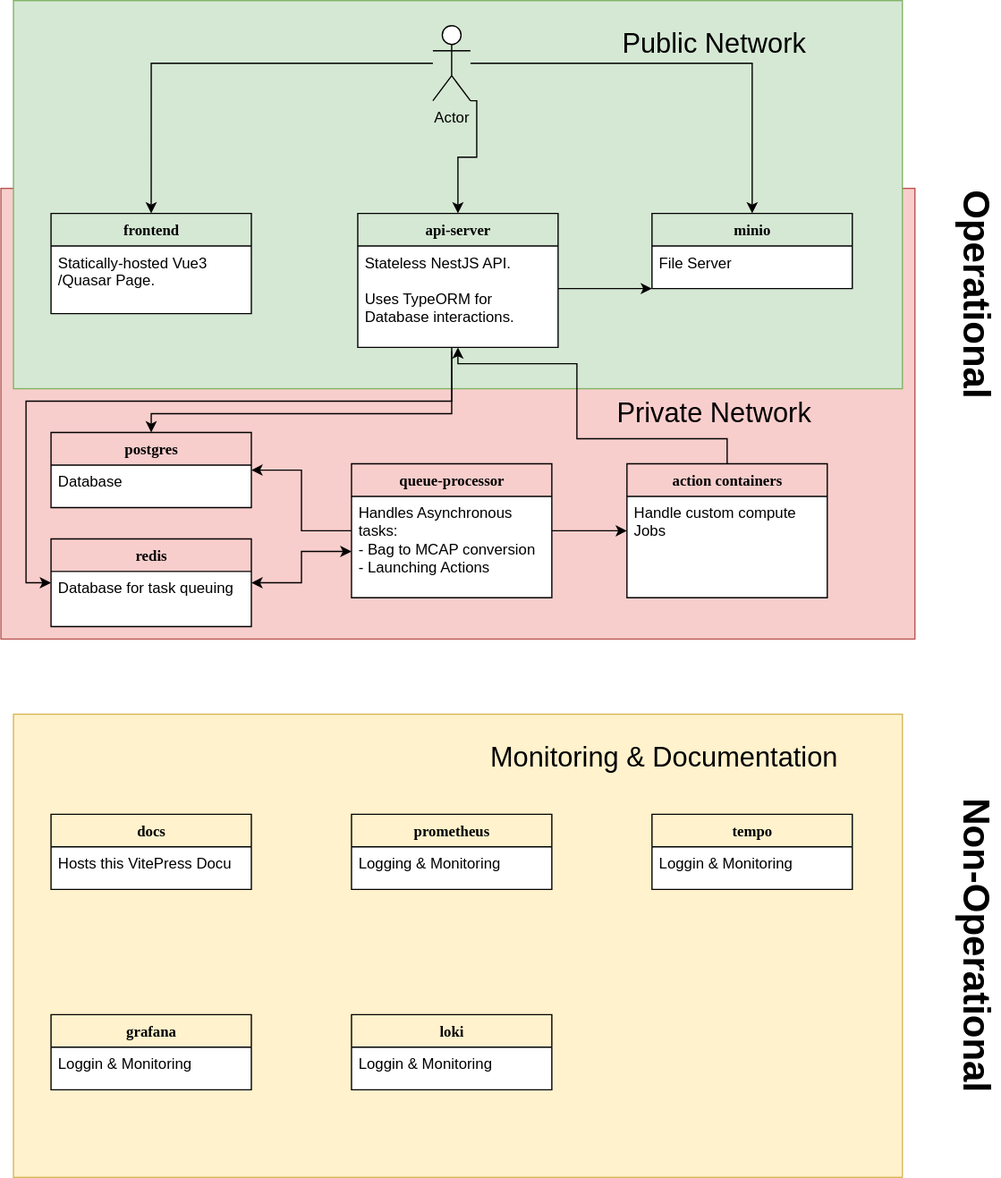
Before: docs/development/imgs/infrastructure.svg, a diagram exported from draw.io (leggedrobotics/kleinkram). Source tidied: cells renumbered, new cells last; positions are measured from the earlier drawing's top-left corner, leaving out a move shared by most shapes. The source it was exported from:
```xml
<mxGraphModel>
  <root>
    <mxCell id="0" />
    <mxCell id="1" parent="0" />
    <mxCell id="2" style="rounded=0;whiteSpace=wrap;html=1;fillColor=#fff2cc;strokeColor=#d6b656;" parent="1" vertex="1">
      <mxGeometry x="10" y="570" width="710" height="370" as="geometry" />
    </mxCell>
    <mxCell id="3" style="rounded=0;whiteSpace=wrap;html=1;fillColor=#f8cecc;strokeColor=#b85450;" parent="1" vertex="1">
      <mxGeometry y="150" width="730" height="360" as="geometry" />
    </mxCell>
    <mxCell id="4" style="rounded=0;whiteSpace=wrap;html=1;fillColor=#d5e8d4;strokeColor=#82b366;" parent="1" vertex="1">
      <mxGeometry x="10" width="710" height="310" as="geometry" />
    </mxCell>
    <mxCell id="5" style="edgeStyle=orthogonalEdgeStyle;rounded=0;jettySize=auto;html=1;" parent="1" edge="1" source="8">
      <mxGeometry relative="1" as="geometry">
        <mxPoint x="520" y="230" as="targetPoint" />
        <Array as="points">
          <mxPoint x="460" y="230" />
          <mxPoint x="460" y="230" />
        </Array>
      </mxGeometry>
    </mxCell>
    <mxCell id="6" style="edgeStyle=orthogonalEdgeStyle;rounded=0;jettySize=auto;html=1;" parent="1" edge="1" source="8" target="21">
      <mxGeometry relative="1" as="geometry">
        <Array as="points">
          <mxPoint x="360" y="330" />
          <mxPoint x="120" y="330" />
        </Array>
      </mxGeometry>
    </mxCell>
    <mxCell id="7" style="edgeStyle=orthogonalEdgeStyle;rounded=0;jettySize=auto;html=1;" parent="1" edge="1" target="14">
      <mxGeometry relative="1" as="geometry">
        <mxPoint x="360" y="280" as="sourcePoint" />
        <Array as="points">
          <mxPoint x="360" y="320" />
          <mxPoint x="20" y="320" />
          <mxPoint x="20" y="465" />
        </Array>
      </mxGeometry>
    </mxCell>
    <mxCell id="8" value="api-server" style="swimlane;html=1;fontStyle=1;align=center;verticalAlign=top;horizontal=1;startSize=26;swimlaneFillColor=#ffffff;rounded=0;shadow=0;comic=0;labelBackgroundColor=none;strokeWidth=1;fillColor=none;fontFamily=Verdana;fontSize=12;" parent="1" vertex="1">
      <mxGeometry x="285" y="170" width="160" height="107" as="geometry" />
    </mxCell>
    <mxCell id="9" value="&lt;div&gt;Stateless NestJS API.&lt;/div&gt;&lt;div&gt;&lt;br&gt;&lt;/div&gt;Uses TypeORM for Database interactions." style="text;html=1;strokeColor=none;fillColor=none;align=left;verticalAlign=top;spacingLeft=4;spacingRight=4;whiteSpace=wrap;overflow=hidden;" parent="8" vertex="1">
      <mxGeometry y="26" width="160" height="74" as="geometry" />
    </mxCell>
    <mxCell id="10" value="frontend" style="swimlane;html=1;fontStyle=1;align=center;verticalAlign=top;horizontal=1;startSize=26;swimlaneFillColor=#ffffff;rounded=0;shadow=0;comic=0;labelBackgroundColor=none;strokeWidth=1;fillColor=none;fontFamily=Verdana;fontSize=12;" parent="1" vertex="1">
      <mxGeometry x="40" y="170" width="160" height="80" as="geometry" />
    </mxCell>
    <mxCell id="11" value="Statically-hosted Vue3 /Quasar Page." style="text;html=1;strokeColor=none;fillColor=none;align=left;verticalAlign=top;spacingLeft=4;spacingRight=4;whiteSpace=wrap;overflow=hidden;" parent="10" vertex="1">
      <mxGeometry y="26" width="160" height="54" as="geometry" />
    </mxCell>
    <mxCell id="12" value="minio" style="swimlane;html=1;fontStyle=1;align=center;verticalAlign=top;horizontal=1;startSize=26;swimlaneFillColor=#ffffff;rounded=0;shadow=0;comic=0;labelBackgroundColor=none;strokeWidth=1;fillColor=none;fontFamily=Verdana;fontSize=12;" parent="1" vertex="1">
      <mxGeometry x="520" y="170" width="160" height="60" as="geometry" />
    </mxCell>
    <mxCell id="13" value="File Server" style="text;html=1;strokeColor=none;fillColor=none;align=left;verticalAlign=top;spacingLeft=4;spacingRight=4;whiteSpace=wrap;overflow=hidden;" parent="12" vertex="1">
      <mxGeometry y="26" width="160" height="26" as="geometry" />
    </mxCell>
    <mxCell id="14" value="redis" style="swimlane;html=1;fontStyle=1;align=center;verticalAlign=top;horizontal=1;startSize=26;swimlaneFillColor=#ffffff;rounded=0;shadow=0;comic=0;labelBackgroundColor=none;strokeWidth=1;fillColor=none;fontFamily=Verdana;fontSize=12;" parent="1" vertex="1">
      <mxGeometry x="40" y="430" width="160" height="70" as="geometry" />
    </mxCell>
    <mxCell id="15" value="Database for task queuing" style="text;html=1;strokeColor=none;fillColor=none;align=left;verticalAlign=top;spacingLeft=4;spacingRight=4;whiteSpace=wrap;overflow=hidden;" parent="14" vertex="1">
      <mxGeometry y="26" width="160" height="26" as="geometry" />
    </mxCell>
    <mxCell id="16" style="edgeStyle=orthogonalEdgeStyle;rounded=0;jettySize=auto;html=1;startArrow=classic;startFill=1;" parent="1" edge="1" source="19" target="14">
      <mxGeometry relative="1" as="geometry">
        <Array as="points">
          <mxPoint x="240" y="440" />
          <mxPoint x="240" y="465" />
        </Array>
      </mxGeometry>
    </mxCell>
    <mxCell id="17" style="edgeStyle=orthogonalEdgeStyle;rounded=0;jettySize=auto;html=1;" parent="1" edge="1" source="19" target="21">
      <mxGeometry relative="1" as="geometry" />
    </mxCell>
    <mxCell id="18" style="edgeStyle=orthogonalEdgeStyle;rounded=0;jettySize=auto;html=1;" parent="1" edge="1" source="19" target="43">
      <mxGeometry relative="1" as="geometry" />
    </mxCell>
    <mxCell id="19" value="queue-processor" style="swimlane;html=1;fontStyle=1;align=center;verticalAlign=top;horizontal=1;startSize=26;swimlaneFillColor=#ffffff;rounded=0;shadow=0;comic=0;labelBackgroundColor=none;strokeWidth=1;fillColor=none;fontFamily=Verdana;fontSize=12;" parent="1" vertex="1">
      <mxGeometry x="280" y="370" width="160" height="107" as="geometry" />
    </mxCell>
    <mxCell id="20" value="&lt;div&gt;Handles Asynchronous tasks:&lt;/div&gt;&lt;div&gt;- Bag to MCAP conversion&lt;/div&gt;&lt;div&gt;- Launching Actions&lt;br&gt;&lt;/div&gt;" style="text;html=1;strokeColor=none;fillColor=none;align=left;verticalAlign=top;spacingLeft=4;spacingRight=4;whiteSpace=wrap;overflow=hidden;" parent="19" vertex="1">
      <mxGeometry y="26" width="160" height="74" as="geometry" />
    </mxCell>
    <mxCell id="21" value="postgres" style="swimlane;html=1;fontStyle=1;align=center;verticalAlign=top;horizontal=1;startSize=26;swimlaneFillColor=#ffffff;rounded=0;shadow=0;comic=0;labelBackgroundColor=none;strokeWidth=1;fillColor=none;fontFamily=Verdana;fontSize=12;" parent="1" vertex="1">
      <mxGeometry x="40" y="345" width="160" height="60" as="geometry" />
    </mxCell>
    <mxCell id="22" value="Database" style="text;html=1;strokeColor=none;fillColor=none;align=left;verticalAlign=top;spacingLeft=4;spacingRight=4;whiteSpace=wrap;overflow=hidden;" parent="21" vertex="1">
      <mxGeometry y="26" width="160" height="26" as="geometry" />
    </mxCell>
    <mxCell id="23" value="prometheus" style="swimlane;html=1;fontStyle=1;align=center;verticalAlign=top;horizontal=1;startSize=26;swimlaneFillColor=#ffffff;rounded=0;shadow=0;comic=0;labelBackgroundColor=none;strokeWidth=1;fillColor=none;fontFamily=Verdana;fontSize=12;" parent="1" vertex="1">
      <mxGeometry x="280" y="650" width="160" height="60" as="geometry" />
    </mxCell>
    <mxCell id="24" value="Logging &amp;amp; Monitoring" style="text;html=1;strokeColor=none;fillColor=none;align=left;verticalAlign=top;spacingLeft=4;spacingRight=4;whiteSpace=wrap;overflow=hidden;" parent="23" vertex="1">
      <mxGeometry y="26" width="160" height="26" as="geometry" />
    </mxCell>
    <mxCell id="25" value="&lt;div&gt;tempo&lt;/div&gt;" style="swimlane;html=1;fontStyle=1;align=center;verticalAlign=top;horizontal=1;startSize=26;swimlaneFillColor=#ffffff;rounded=0;shadow=0;comic=0;labelBackgroundColor=none;strokeWidth=1;fillColor=none;fontFamily=Verdana;fontSize=12;" parent="1" vertex="1">
      <mxGeometry x="520" y="650" width="160" height="60" as="geometry" />
    </mxCell>
    <mxCell id="26" value="Loggin &amp;amp; Monitoring" style="text;html=1;strokeColor=none;fillColor=none;align=left;verticalAlign=top;spacingLeft=4;spacingRight=4;whiteSpace=wrap;overflow=hidden;" parent="25" vertex="1">
      <mxGeometry y="26" width="160" height="26" as="geometry" />
    </mxCell>
    <mxCell id="27" value="loki" style="swimlane;html=1;fontStyle=1;align=center;verticalAlign=top;horizontal=1;startSize=26;swimlaneFillColor=#ffffff;rounded=0;shadow=0;comic=0;labelBackgroundColor=none;strokeWidth=1;fillColor=none;fontFamily=Verdana;fontSize=12;" parent="1" vertex="1">
      <mxGeometry x="280" y="810" width="160" height="60" as="geometry" />
    </mxCell>
    <mxCell id="28" value="Loggin &amp;amp; Monitoring" style="text;html=1;strokeColor=none;fillColor=none;align=left;verticalAlign=top;spacingLeft=4;spacingRight=4;whiteSpace=wrap;overflow=hidden;" parent="27" vertex="1">
      <mxGeometry y="26" width="160" height="26" as="geometry" />
    </mxCell>
    <mxCell id="29" value="grafana" style="swimlane;html=1;fontStyle=1;align=center;verticalAlign=top;horizontal=1;startSize=26;swimlaneFillColor=#ffffff;rounded=0;shadow=0;comic=0;labelBackgroundColor=none;strokeWidth=1;fillColor=none;fontFamily=Verdana;fontSize=12;" parent="1" vertex="1">
      <mxGeometry x="40" y="810" width="160" height="60" as="geometry" />
    </mxCell>
    <mxCell id="30" value="Loggin &amp;amp; Monitoring" style="text;html=1;strokeColor=none;fillColor=none;align=left;verticalAlign=top;spacingLeft=4;spacingRight=4;whiteSpace=wrap;overflow=hidden;" parent="29" vertex="1">
      <mxGeometry y="26" width="160" height="26" as="geometry" />
    </mxCell>
    <mxCell id="31" value="docs" style="swimlane;html=1;fontStyle=1;align=center;verticalAlign=top;horizontal=1;startSize=26;swimlaneFillColor=#ffffff;rounded=0;shadow=0;comic=0;labelBackgroundColor=none;strokeWidth=1;fillColor=none;fontFamily=Verdana;fontSize=12;" parent="1" vertex="1">
      <mxGeometry x="40" y="650" width="160" height="60" as="geometry" />
    </mxCell>
    <mxCell id="32" value="Hosts this VitePress Docu" style="text;html=1;strokeColor=none;fillColor=none;align=left;verticalAlign=top;spacingLeft=4;spacingRight=4;whiteSpace=wrap;overflow=hidden;" parent="31" vertex="1">
      <mxGeometry y="26" width="160" height="26" as="geometry" />
    </mxCell>
    <mxCell id="33" style="edgeStyle=orthogonalEdgeStyle;rounded=0;jettySize=auto;html=1;entryX=0.5;entryY=0;entryDx=0;entryDy=0;" parent="1" edge="1" source="36" target="10">
      <mxGeometry relative="1" as="geometry" />
    </mxCell>
    <mxCell id="34" style="edgeStyle=orthogonalEdgeStyle;rounded=0;jettySize=auto;html=1;entryX=0.5;entryY=0;entryDx=0;entryDy=0;" parent="1" edge="1" source="36" target="8">
      <mxGeometry relative="1" as="geometry">
        <Array as="points">
          <mxPoint x="380" y="80" />
          <mxPoint x="380" y="125" />
          <mxPoint x="365" y="125" />
        </Array>
      </mxGeometry>
    </mxCell>
    <mxCell id="35" style="edgeStyle=orthogonalEdgeStyle;rounded=0;jettySize=auto;html=1;" parent="1" edge="1" source="36" target="12">
      <mxGeometry relative="1" as="geometry" />
    </mxCell>
    <mxCell id="36" value="Actor" style="shape=umlActor;verticalLabelPosition=bottom;verticalAlign=top;html=1;outlineConnect=0;" parent="1" vertex="1">
      <mxGeometry x="345" y="20" width="30" height="60" as="geometry" />
    </mxCell>
    <mxCell id="37" value="&lt;font style=&quot;font-size: 22px;&quot;&gt;Public Network&lt;/font&gt;" style="text;html=1;align=center;verticalAlign=middle;whiteSpace=wrap;rounded=0;" parent="1" vertex="1">
      <mxGeometry x="480" y="20" width="180" height="30" as="geometry" />
    </mxCell>
    <mxCell id="38" value="&lt;font style=&quot;font-size: 22px;&quot;&gt;Private Network&lt;/font&gt;" style="text;html=1;align=center;verticalAlign=middle;whiteSpace=wrap;rounded=0;" parent="1" vertex="1">
      <mxGeometry x="480" y="315" width="180" height="30" as="geometry" />
    </mxCell>
    <mxCell id="39" value="&lt;font style=&quot;font-size: 22px;&quot;&gt;Monitoring &amp;amp; Documentation&lt;br&gt;&lt;/font&gt;" style="text;html=1;align=center;verticalAlign=middle;whiteSpace=wrap;rounded=0;" parent="1" vertex="1">
      <mxGeometry x="380" y="590" width="300" height="30" as="geometry" />
    </mxCell>
    <mxCell id="40" value="&lt;font style=&quot;font-size: 30px;&quot;&gt;&lt;b&gt;Operational&lt;/b&gt;&lt;/font&gt;" style="text;html=1;align=center;verticalAlign=middle;whiteSpace=wrap;rounded=0;rotation=90;" parent="1" vertex="1">
      <mxGeometry x="690" y="220" width="180" height="30" as="geometry" />
    </mxCell>
    <mxCell id="41" value="&lt;font style=&quot;font-size: 30px;&quot;&gt;&lt;b&gt;Non-Operational&lt;/b&gt;&lt;/font&gt;" style="text;html=1;align=center;verticalAlign=middle;whiteSpace=wrap;rounded=0;rotation=90;" parent="1" vertex="1">
      <mxGeometry x="660" y="740" width="240" height="30" as="geometry" />
    </mxCell>
    <mxCell id="42" style="edgeStyle=orthogonalEdgeStyle;rounded=0;jettySize=auto;html=1;" parent="1" edge="1" source="43" target="8">
      <mxGeometry relative="1" as="geometry">
        <Array as="points">
          <mxPoint x="580" y="350" />
          <mxPoint x="460" y="350" />
          <mxPoint x="460" y="290" />
          <mxPoint x="365" y="290" />
        </Array>
      </mxGeometry>
    </mxCell>
    <mxCell id="43" value="action containers" style="swimlane;html=1;fontStyle=1;align=center;verticalAlign=top;horizontal=1;startSize=26;swimlaneFillColor=#ffffff;rounded=0;shadow=0;comic=0;labelBackgroundColor=none;strokeWidth=1;fillColor=none;fontFamily=Verdana;fontSize=12;" parent="1" vertex="1">
      <mxGeometry x="500" y="370" width="160" height="107" as="geometry" />
    </mxCell>
    <mxCell id="44" value="Handle custom compute Jobs" style="text;html=1;strokeColor=none;fillColor=none;align=left;verticalAlign=top;spacingLeft=4;spacingRight=4;whiteSpace=wrap;overflow=hidden;" parent="43" vertex="1">
      <mxGeometry y="26" width="160" height="74" as="geometry" />
    </mxCell>
  </root>
</mxGraphModel>
```
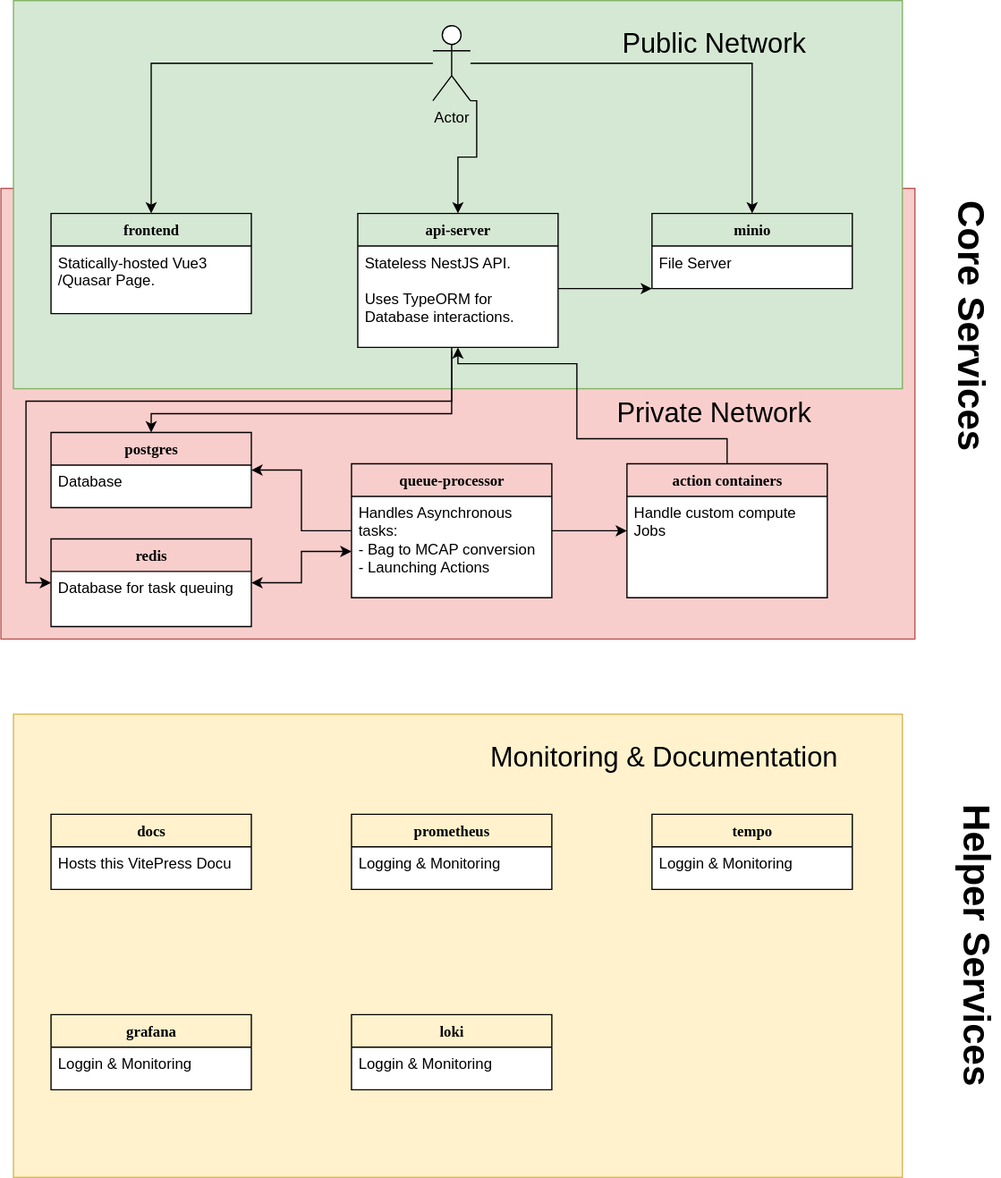
Later version of the same file.

Diff of the diagram source:
```diff
@@ -145,10 +145,10 @@
     <mxCell id="39" value="&lt;font style=&quot;font-size: 22px;&quot;&gt;Monitoring &amp;amp; Documentation&lt;br&gt;&lt;/font&gt;" style="text;html=1;align=center;verticalAlign=middle;whiteSpace=wrap;rounded=0;" parent="1" vertex="1">
       <mxGeometry x="380" y="590" width="300" height="30" as="geometry" />
     </mxCell>
-    <mxCell id="40" value="&lt;font style=&quot;font-size: 30px;&quot;&gt;&lt;b&gt;Operational&lt;/b&gt;&lt;/font&gt;" style="text;html=1;align=center;verticalAlign=middle;whiteSpace=wrap;rounded=0;rotation=90;" parent="1" vertex="1">
-      <mxGeometry x="690" y="220" width="180" height="30" as="geometry" />
+    <mxCell id="40" value="&lt;font style=&quot;font-size: 30px;&quot;&gt;&lt;b&gt;Core Services&lt;/b&gt;&lt;/font&gt;" style="text;html=1;align=center;verticalAlign=middle;whiteSpace=wrap;rounded=0;rotation=90;" parent="1" vertex="1">
+      <mxGeometry x="660.8" y="240.8" width="230" height="38.3" as="geometry" />
     </mxCell>
-    <mxCell id="41" value="&lt;font style=&quot;font-size: 30px;&quot;&gt;&lt;b&gt;Non-Operational&lt;/b&gt;&lt;/font&gt;" style="text;html=1;align=center;verticalAlign=middle;whiteSpace=wrap;rounded=0;rotation=90;" parent="1" vertex="1">
+    <mxCell id="41" value="&lt;font style=&quot;font-size: 30px;&quot;&gt;&lt;b&gt;Helper Services&lt;/b&gt;&lt;/font&gt;" style="text;html=1;align=center;verticalAlign=middle;whiteSpace=wrap;rounded=0;rotation=90;" parent="1" vertex="1">
       <mxGeometry x="660" y="740" width="240" height="30" as="geometry" />
     </mxCell>
     <mxCell id="42" style="edgeStyle=orthogonalEdgeStyle;rounded=0;jettySize=auto;html=1;" parent="1" edge="1" source="43" target="8">
```
